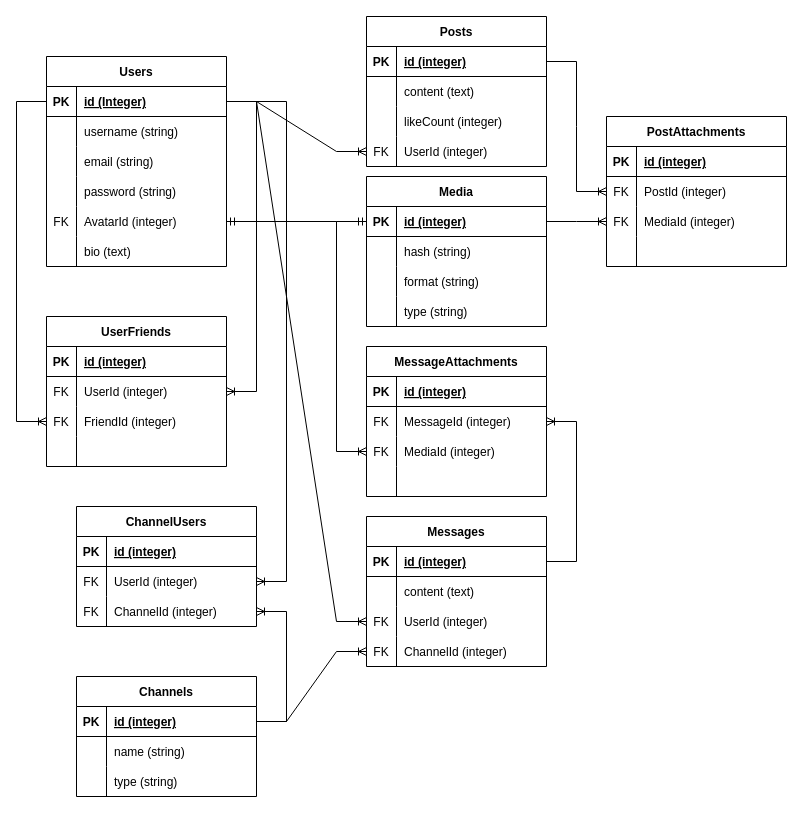
Above: individual-schema.drawio in rmt-30-dahlia-fox/p2-iproject-server (draw.io), before the change. Source tidied: cells renumbered, new cells numbered last; positions are measured from the earlier drawing's top-left corner, leaving out a move shared by most shapes. Both pictures are drawn from the tidied source at 100%, with x=0, y=0 at pixel (-4, 16).
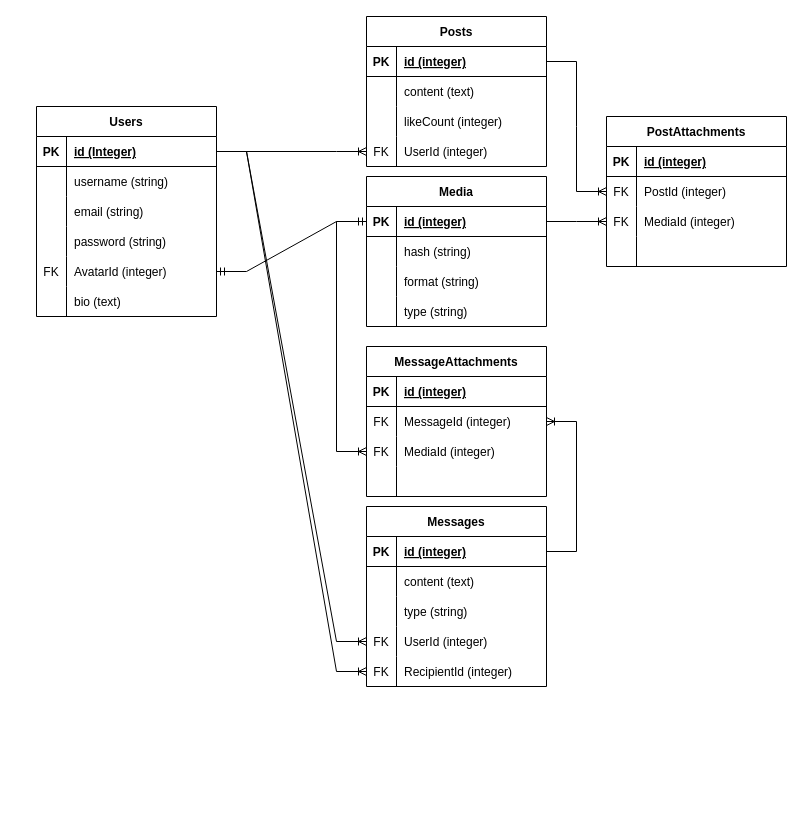
After the change.

The change refers to these unchanged cells:
```xml
<mxCell id="3" style="shape=tableRow;horizontal=0;startSize=0;swimlaneHead=0;swimlaneBody=0;fillColor=none;points=[[0,0.5],[1,0.5]];portConstraint=eastwest;top=0;left=0;right=0;bottom=1;" parent="2" vertex="1">
  <mxGeometry y="30" width="180" height="30" as="geometry" />
</mxCell>
```

The edit, as a diff of the source:
```diff
@@
     <mxCell id="2" value="Users" style="shape=table;startSize=30;childLayout=tableLayout;rowLines=0;fontStyle=1;align=center;" parent="1" vertex="1">
-      <mxGeometry x="50" y="40" width="180" height="210" as="geometry" />
+      <mxGeometry x="40" y="90" width="180" height="210" as="geometry" />
     </mxCell>
@@
-    <mxCell id="21" value="UserFriends" style="shape=table;startSize=30;childLayout=tableLayout;rowLines=0;fontStyle=1;align=center;" parent="1" vertex="1">
-      <mxGeometry x="50" y="300" width="180" height="150" as="geometry" />
-    </mxCell>
-    <mxCell id="22" style="shape=tableRow;horizontal=0;startSize=0;swimlaneHead=0;swimlaneBody=0;fillColor=none;top=0;left=0;right=0;bottom=1;" parent="21" vertex="1">
-      <mxGeometry y="30" width="180" height="30" as="geometry" />
-    </mxCell>
-    <mxCell id="23" value="PK" style="shape=partialRectangle;fillColor=none;top=0;left=0;bottom=0;right=0;fontStyle=1;overflow=hidden;" parent="22" vertex="1">
-      <mxGeometry width="30" height="30" as="geometry" />
-    </mxCell>
-    <mxCell id="24" value="id (integer)" style="shape=partialRectangle;fillColor=none;top=0;left=0;bottom=0;right=0;align=left;spacingLeft=6;fontStyle=5;overflow=hidden;" parent="22" vertex="1">
-      <mxGeometry x="30" width="150" height="30" as="geometry" />
-    </mxCell>
-    <mxCell id="25" style="shape=tableRow;horizontal=0;startSize=0;swimlaneHead=0;swimlaneBody=0;fillColor=none;points=[[0,0.5],[1,0.5]];portConstraint=eastwest;top=0;left=0;right=0;bottom=0;" parent="21" vertex="1">
-      <mxGeometry y="60" width="180" height="30" as="geometry" />
-    </mxCell>
-    <mxCell id="26" value="FK" style="shape=partialRectangle;fillColor=none;top=0;left=0;bottom=0;right=0;overflow=hidden;" parent="25" vertex="1">
-      <mxGeometry width="30" height="30" as="geometry" />
-    </mxCell>
-    <mxCell id="27" value="UserId (integer)" style="shape=partialRectangle;fillColor=none;top=0;left=0;bottom=0;right=0;align=left;spacingLeft=6;overflow=hidden;" parent="25" vertex="1">
-      <mxGeometry x="30" width="150" height="30" as="geometry" />
-    </mxCell>
-    <mxCell id="28" style="shape=tableRow;horizontal=0;startSize=0;swimlaneHead=0;swimlaneBody=0;fillColor=none;points=[[0,0.5],[1,0.5]];portConstraint=eastwest;top=0;left=0;right=0;bottom=0;" parent="21" vertex="1">
-      <mxGeometry y="90" width="180" height="30" as="geometry" />
-    </mxCell>
-    <mxCell id="29" value="FK" style="shape=partialRectangle;fillColor=none;top=0;left=0;bottom=0;right=0;overflow=hidden;" parent="28" vertex="1">
-      <mxGeometry width="30" height="30" as="geometry" />
-    </mxCell>
-    <mxCell id="30" value="FriendId (integer)" style="shape=partialRectangle;fillColor=none;top=0;left=0;bottom=0;right=0;align=left;spacingLeft=6;overflow=hidden;" parent="28" vertex="1">
-      <mxGeometry x="30" width="150" height="30" as="geometry" />
-    </mxCell>
-    <mxCell id="31" style="shape=tableRow;horizontal=0;startSize=0;swimlaneHead=0;swimlaneBody=0;fillColor=none;top=0;left=0;right=0;bottom=0;" parent="21" vertex="1">
-      <mxGeometry y="120" width="180" height="30" as="geometry" />
-    </mxCell>
-    <mxCell id="32" style="shape=partialRectangle;fillColor=none;top=0;left=0;bottom=0;right=0;overflow=hidden;" parent="31" vertex="1">
-      <mxGeometry width="30" height="30" as="geometry" />
-    </mxCell>
-    <mxCell id="33" style="shape=partialRectangle;fillColor=none;top=0;left=0;bottom=0;right=0;align=left;spacingLeft=6;overflow=hidden;" parent="31" vertex="1">
-      <mxGeometry x="30" width="150" height="30" as="geometry" />
-    </mxCell>
-    <mxCell id="34" style="edgeStyle=elbowEdgeStyle;fontSize=12;html=1;endArrow=ERoneToMany;rounded=0;" parent="1" edge="1" source="3" target="28">
-      <mxGeometry relative="1" as="geometry">
-        <Array as="points">
-          <mxPoint x="20" y="270" />
-          <mxPoint y="250" />
-        </Array>
-      </mxGeometry>
-    </mxCell>
-    <mxCell id="35" style="edgeStyle=entityRelationEdgeStyle;fontSize=12;html=1;endArrow=ERoneToMany;rounded=0;" parent="1" edge="1" source="3" target="25">
-      <mxGeometry relative="1" as="geometry" />
-    </mxCell>
@@
-    <mxCell id="79" value="Channels" style="shape=table;startSize=30;childLayout=tableLayout;rowLines=0;fontStyle=1;align=center;" parent="1" vertex="1">
-      <mxGeometry x="80" y="660" width="180" height="120" as="geometry" />
-    </mxCell>
-    <mxCell id="80" style="shape=tableRow;horizontal=0;startSize=0;swimlaneHead=0;swimlaneBody=0;fillColor=none;points=[[0,0.5],[1,0.5]];portConstraint=eastwest;top=0;left=0;right=0;bottom=1;" parent="79" vertex="1">
-      <mxGeometry y="30" width="180" height="30" as="geometry" />
-    </mxCell>
-    <mxCell id="81" value="PK" style="shape=partialRectangle;fillColor=none;top=0;left=0;bottom=0;right=0;fontStyle=1;overflow=hidden;" parent="80" vertex="1">
-      <mxGeometry width="30" height="30" as="geometry" />
-    </mxCell>
-    <mxCell id="82" value="id (integer)" style="shape=partialRectangle;fillColor=none;top=0;left=0;bottom=0;right=0;align=left;spacingLeft=6;fontStyle=5;overflow=hidden;" parent="80" vertex="1">
-      <mxGeometry x="30" width="150" height="30" as="geometry" />
-    </mxCell>
-    <mxCell id="83" style="shape=tableRow;horizontal=0;startSize=0;swimlaneHead=0;swimlaneBody=0;fillColor=none;top=0;left=0;right=0;bottom=0;" parent="79" vertex="1">
-      <mxGeometry y="60" width="180" height="30" as="geometry" />
-    </mxCell>
-    <mxCell id="84" style="shape=partialRectangle;fillColor=none;top=0;left=0;bottom=0;right=0;overflow=hidden;" parent="83" vertex="1">
-      <mxGeometry width="30" height="30" as="geometry" />
-    </mxCell>
-    <mxCell id="85" value="name (string)" style="shape=partialRectangle;fillColor=none;top=0;left=0;bottom=0;right=0;align=left;spacingLeft=6;overflow=hidden;" parent="83" vertex="1">
-      <mxGeometry x="30" width="150" height="30" as="geometry" />
-    </mxCell>
-    <mxCell id="86" style="shape=tableRow;horizontal=0;startSize=0;swimlaneHead=0;swimlaneBody=0;fillColor=none;top=0;left=0;right=0;bottom=0;" parent="79" vertex="1">
-      <mxGeometry y="90" width="180" height="30" as="geometry" />
-    </mxCell>
-    <mxCell id="87" style="shape=partialRectangle;fillColor=none;top=0;left=0;bottom=0;right=0;overflow=hidden;" parent="86" vertex="1">
-      <mxGeometry width="30" height="30" as="geometry" />
-    </mxCell>
-    <mxCell id="88" value="type (string)" style="shape=partialRectangle;fillColor=none;top=0;left=0;bottom=0;right=0;align=left;spacingLeft=6;overflow=hidden;" parent="86" vertex="1">
-      <mxGeometry x="30" width="150" height="30" as="geometry" />
-    </mxCell>
     <mxCell id="89" value="Messages" style="shape=table;startSize=30;childLayout=tableLayout;rowLines=0;fontStyle=1;align=center;" parent="1" vertex="1">
-      <mxGeometry x="370" y="500" width="180" height="150" as="geometry" />
+      <mxGeometry x="370" y="490" width="180" height="180" as="geometry" />
     </mxCell>
@@
+    <mxCell id="131" style="shape=tableRow;horizontal=0;startSize=0;swimlaneHead=0;swimlaneBody=0;fillColor=none;top=0;left=0;right=0;bottom=0;" parent="89" vertex="1">
+      <mxGeometry y="90" width="180" height="30" as="geometry" />
+    </mxCell>
+    <mxCell id="132" style="shape=partialRectangle;fillColor=none;top=0;left=0;bottom=0;right=0;overflow=hidden;" parent="131" vertex="1">
+      <mxGeometry width="30" height="30" as="geometry" />
+    </mxCell>
+    <mxCell id="88" value="type (string)" style="shape=partialRectangle;fillColor=none;top=0;left=0;bottom=0;right=0;align=left;spacingLeft=6;overflow=hidden;" parent="131" vertex="1">
+      <mxGeometry x="30" width="150" height="30" as="geometry" />
+    </mxCell>
     <mxCell id="96" style="shape=tableRow;horizontal=0;startSize=0;swimlaneHead=0;swimlaneBody=0;fillColor=none;points=[[0,0.5],[1,0.5]];portConstraint=eastwest;top=0;left=0;right=0;bottom=0;" parent="89" vertex="1">
-      <mxGeometry y="90" width="180" height="30" as="geometry" />
+      <mxGeometry y="120" width="180" height="30" as="geometry" />
     </mxCell>
@@
-    <mxCell id="99" style="shape=tableRow;horizontal=0;startSize=0;swimlaneHead=0;swimlaneBody=0;fillColor=none;points=[[0,0.5],[1,0.5]];portConstraint=eastwest;top=0;left=0;right=0;bottom=0;" parent="89" vertex="1">
-      <mxGeometry y="120" width="180" height="30" as="geometry" />
-    </mxCell>
-    <mxCell id="100" value="FK" style="shape=partialRectangle;fillColor=none;top=0;left=0;bottom=0;right=0;overflow=hidden;" parent="99" vertex="1">
-      <mxGeometry width="30" height="30" as="geometry" />
-    </mxCell>
-    <mxCell id="101" value="ChannelId (integer)" style="shape=partialRectangle;fillColor=none;top=0;left=0;bottom=0;right=0;align=left;spacingLeft=6;overflow=hidden;" parent="99" vertex="1">
-      <mxGeometry x="30" width="150" height="30" as="geometry" />
-    </mxCell>
-    <mxCell id="102" value="ChannelUsers" style="shape=table;startSize=30;childLayout=tableLayout;rowLines=0;fontStyle=1;align=center;" parent="1" vertex="1">
-      <mxGeometry x="80" y="490" width="180" height="120" as="geometry" />
-    </mxCell>
-    <mxCell id="103" style="shape=tableRow;horizontal=0;startSize=0;swimlaneHead=0;swimlaneBody=0;fillColor=none;top=0;left=0;right=0;bottom=1;" parent="102" vertex="1">
-      <mxGeometry y="30" width="180" height="30" as="geometry" />
-    </mxCell>
-    <mxCell id="104" value="PK" style="shape=partialRectangle;fillColor=none;top=0;left=0;bottom=0;right=0;fontStyle=1;overflow=hidden;" parent="103" vertex="1">
-      <mxGeometry width="30" height="30" as="geometry" />
-    </mxCell>
-    <mxCell id="105" value="id (integer)" style="shape=partialRectangle;fillColor=none;top=0;left=0;bottom=0;right=0;align=left;spacingLeft=6;fontStyle=5;overflow=hidden;" parent="103" vertex="1">
-      <mxGeometry x="30" width="150" height="30" as="geometry" />
-    </mxCell>
-    <mxCell id="106" style="shape=tableRow;horizontal=0;startSize=0;swimlaneHead=0;swimlaneBody=0;fillColor=none;points=[[0,0.5],[1,0.5]];portConstraint=eastwest;top=0;left=0;right=0;bottom=0;" parent="102" vertex="1">
-      <mxGeometry y="60" width="180" height="30" as="geometry" />
-    </mxCell>
-    <mxCell id="107" value="FK" style="shape=partialRectangle;fillColor=none;top=0;left=0;bottom=0;right=0;overflow=hidden;" parent="106" vertex="1">
-      <mxGeometry width="30" height="30" as="geometry" />
-    </mxCell>
-    <mxCell id="108" value="UserId (integer)" style="shape=partialRectangle;fillColor=none;top=0;left=0;bottom=0;right=0;align=left;spacingLeft=6;overflow=hidden;" parent="106" vertex="1">
-      <mxGeometry x="30" width="150" height="30" as="geometry" />
-    </mxCell>
-    <mxCell id="109" style="shape=tableRow;horizontal=0;startSize=0;swimlaneHead=0;swimlaneBody=0;fillColor=none;points=[[0,0.5],[1,0.5]];portConstraint=eastwest;top=0;left=0;right=0;bottom=0;" parent="102" vertex="1">
-      <mxGeometry y="90" width="180" height="30" as="geometry" />
-    </mxCell>
-    <mxCell id="110" value="FK" style="shape=partialRectangle;fillColor=none;top=0;left=0;bottom=0;right=0;overflow=hidden;" parent="109" vertex="1">
-      <mxGeometry width="30" height="30" as="geometry" />
-    </mxCell>
-    <mxCell id="111" value="ChannelId (integer)" style="shape=partialRectangle;fillColor=none;top=0;left=0;bottom=0;right=0;align=left;spacingLeft=6;overflow=hidden;" parent="109" vertex="1">
-      <mxGeometry x="30" width="150" height="30" as="geometry" />
-    </mxCell>
-    <mxCell id="112" style="edgeStyle=entityRelationEdgeStyle;fontSize=12;html=1;endArrow=ERoneToMany;rounded=0;" parent="1" edge="1" source="3" target="106">
-      <mxGeometry relative="1" as="geometry" />
-    </mxCell>
+    <mxCell id="133" style="shape=tableRow;horizontal=0;startSize=0;swimlaneHead=0;swimlaneBody=0;fillColor=none;points=[[0,0.5],[1,0.5]];portConstraint=eastwest;top=0;left=0;right=0;bottom=0;" parent="89" vertex="1">
+      <mxGeometry y="150" width="180" height="30" as="geometry" />
+    </mxCell>
+    <mxCell id="134" value="FK" style="shape=partialRectangle;fillColor=none;top=0;left=0;bottom=0;right=0;overflow=hidden;" parent="133" vertex="1">
+      <mxGeometry width="30" height="30" as="geometry" />
+    </mxCell>
+    <mxCell id="135" value="RecipientId (integer)" style="shape=partialRectangle;fillColor=none;top=0;left=0;bottom=0;right=0;align=left;spacingLeft=6;overflow=hidden;" parent="133" vertex="1">
+      <mxGeometry x="30" width="150" height="30" as="geometry" />
+    </mxCell>
@@
-    <mxCell id="129" style="edgeStyle=entityRelationEdgeStyle;fontSize=12;html=1;endArrow=ERoneToMany;rounded=0;" parent="1" edge="1" source="80" target="109">
-      <mxGeometry relative="1" as="geometry" />
-    </mxCell>
-    <mxCell id="130" style="edgeStyle=entityRelationEdgeStyle;fontSize=12;html=1;endArrow=ERoneToMany;rounded=0;" parent="1" edge="1" source="80" target="99">
-      <mxGeometry relative="1" as="geometry" />
-    </mxCell>
+    <mxCell id="136" style="edgeStyle=entityRelationEdgeStyle;fontSize=12;html=1;endArrow=ERoneToMany;rounded=0;" parent="1" edge="1" source="3" target="133">
+      <mxGeometry relative="1" as="geometry" />
+    </mxCell>
```
